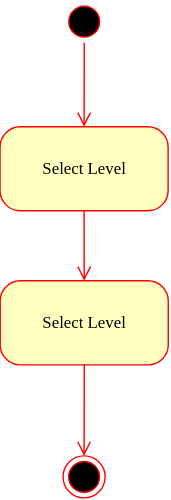
The draw.io diagram UseCases/Select_Level/ActivityDiagram.svg in SPYBOT-SE/Spybot-Doc, before a commit. Source tidied: cells renumbered, new cells last; positions are measured from the earlier drawing's top-left corner, leaving out a move shared by most shapes.
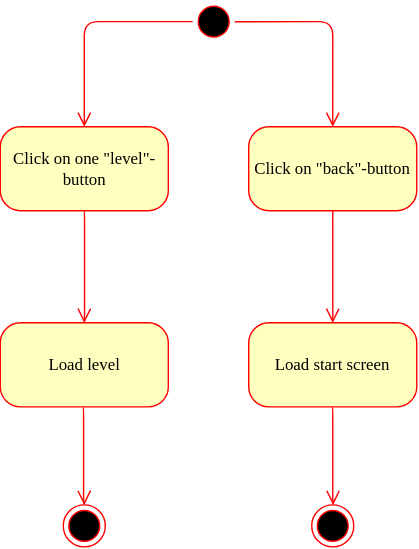
After the commit.

The edit, as a diff of the source:
```diff
@@ -3,25 +3,48 @@
     <mxCell id="0" />
     <mxCell id="1" parent="0" />
     <mxCell id="2" style="ellipse;html=1;shape=startState;fillColor=#000000;strokeColor=#ff0000;rounded=1;shadow=0;comic=0;labelBackgroundColor=none;fontFamily=Verdana;fontSize=12;fontColor=#000000;align=center;direction=south;" parent="1" vertex="1">
-      <mxGeometry x="44.6" width="30" height="30" as="geometry" />
+      <mxGeometry x="92" y="10" width="30" height="30" as="geometry" />
     </mxCell>
-    <mxCell id="3" value="Select Level" style="rounded=1;whiteSpace=wrap;html=1;arcSize=24;fillColor=#ffffc0;strokeColor=#ff0000;shadow=0;comic=0;labelBackgroundColor=none;fontFamily=Verdana;fontSize=12;fontColor=#000000;align=center;" parent="1" vertex="1">
-      <mxGeometry x="-0.5" y="90" width="120" height="60" as="geometry" />
+    <mxCell id="3" value="Click on one &quot;level&quot;-button" style="rounded=1;whiteSpace=wrap;html=1;arcSize=24;fillColor=#ffffc0;strokeColor=#ff0000;shadow=0;comic=0;labelBackgroundColor=none;fontFamily=Verdana;fontSize=12;fontColor=#000000;align=center;" parent="1" vertex="1">
+      <mxGeometry x="-45.4" y="100" width="120" height="60" as="geometry" />
     </mxCell>
+    <mxCell id="9" style="edgeStyle=elbowEdgeStyle;html=1;labelBackgroundColor=none;endArrow=open;endSize=8;strokeColor=#ff0000;fontFamily=Verdana;fontSize=12;align=left;entryX=0.5;entryY=0;entryDx=0;entryDy=0;exitX=0.5;exitY=1;exitDx=0;exitDy=0;" parent="1" edge="1" source="3" target="10">
+      <mxGeometry relative="1" as="geometry" />
+    </mxCell>
     <mxCell id="4" style="edgeStyle=orthogonalEdgeStyle;html=1;labelBackgroundColor=none;endArrow=open;endSize=8;strokeColor=#ff0000;fontFamily=Verdana;fontSize=12;align=left;entryX=0.5;entryY=0;entryDx=0;entryDy=0;" parent="1" edge="1" source="2" target="3">
       <mxGeometry relative="1" as="geometry" />
     </mxCell>
     <mxCell id="5" style="ellipse;html=1;shape=endState;fillColor=#000000;strokeColor=#ff0000;" parent="1" vertex="1">
-      <mxGeometry x="44.5" y="325" width="30" height="30" as="geometry" />
+      <mxGeometry x="-0.4" y="370" width="30" height="30" as="geometry" />
     </mxCell>
-    <mxCell id="6" value="Select Level" style="rounded=1;whiteSpace=wrap;html=1;arcSize=24;fillColor=#ffffc0;strokeColor=#ff0000;shadow=0;comic=0;labelBackgroundColor=none;fontFamily=Verdana;fontSize=12;fontColor=#000000;align=center;" parent="1" vertex="1">
-      <mxGeometry x="-0.4" y="200" width="120" height="60" as="geometry" />
-    </mxCell>
-    <mxCell id="7" style="edgeStyle=orthogonalEdgeStyle;html=1;labelBackgroundColor=none;endArrow=open;endSize=8;strokeColor=#ff0000;fontFamily=Verdana;fontSize=12;align=left;exitX=0.5;exitY=1;exitDx=0;exitDy=0;entryX=0.5;entryY=0;entryDx=0;entryDy=0;" parent="1" edge="1" source="3" target="6">
-      <mxGeometry relative="1" as="geometry" />
-    </mxCell>
-    <mxCell id="8" style="edgeStyle=orthogonalEdgeStyle;html=1;labelBackgroundColor=none;endArrow=open;endSize=8;strokeColor=#ff0000;fontFamily=Verdana;fontSize=12;align=left;entryX=0.5;entryY=0;entryDx=0;entryDy=0;exitX=0.5;exitY=1;exitDx=0;exitDy=0;" parent="1" edge="1" source="6" target="5">
-      <mxGeometry relative="1" as="geometry" />
-    </mxCell>
+    <mxCell id="10" value="Load level" style="rounded=1;whiteSpace=wrap;html=1;arcSize=24;fillColor=#ffffc0;strokeColor=#ff0000;shadow=0;comic=0;labelBackgroundColor=none;fontFamily=Verdana;fontSize=12;fontColor=#000000;align=center;" parent="1" vertex="1">
+      <mxGeometry x="-45.4" y="240" width="120" height="60" as="geometry" />
+    </mxCell>
+    <mxCell id="11" value="Load start screen" style="rounded=1;whiteSpace=wrap;html=1;arcSize=24;fillColor=#ffffc0;strokeColor=#ff0000;shadow=0;comic=0;labelBackgroundColor=none;fontFamily=Verdana;fontSize=12;fontColor=#000000;align=center;" parent="1" vertex="1">
+      <mxGeometry x="132" y="240" width="120" height="60" as="geometry" />
+    </mxCell>
+    <mxCell id="12" style="ellipse;html=1;shape=endState;fillColor=#000000;strokeColor=#ff0000;" parent="1" vertex="1">
+      <mxGeometry x="177" y="370" width="30" height="30" as="geometry" />
+    </mxCell>
+    <mxCell id="13" value="Click on &quot;back&quot;-button" style="rounded=1;whiteSpace=wrap;html=1;arcSize=24;fillColor=#ffffc0;strokeColor=#ff0000;shadow=0;comic=0;labelBackgroundColor=none;fontFamily=Verdana;fontSize=12;fontColor=#000000;align=center;" parent="1" vertex="1">
+      <mxGeometry x="132" y="100" width="120" height="60" as="geometry" />
+    </mxCell>
+    <mxCell id="14" style="edgeStyle=elbowEdgeStyle;html=1;labelBackgroundColor=none;endArrow=open;endSize=8;strokeColor=#ff0000;fontFamily=Verdana;fontSize=12;align=left;exitX=0.5;exitY=1;exitDx=0;exitDy=0;entryX=0.5;entryY=0;entryDx=0;entryDy=0;" parent="1" edge="1" source="13" target="11">
+      <mxGeometry relative="1" as="geometry" />
+    </mxCell>
+    <mxCell id="15" style="edgeStyle=elbowEdgeStyle;html=1;labelBackgroundColor=none;endArrow=open;endSize=8;strokeColor=#ff0000;fontFamily=Verdana;fontSize=12;align=left;entryX=0.5;entryY=0;entryDx=0;entryDy=0;" parent="1" edge="1" target="5">
+      <mxGeometry relative="1" as="geometry">
+        <mxPoint x="14" y="300" as="sourcePoint" />
+      </mxGeometry>
+    </mxCell>
+    <mxCell id="16" style="edgeStyle=elbowEdgeStyle;html=1;labelBackgroundColor=none;endArrow=open;endSize=8;strokeColor=#ff0000;fontFamily=Verdana;fontSize=12;align=left;entryX=0.5;entryY=0;entryDx=0;entryDy=0;" parent="1" edge="1">
+      <mxGeometry relative="1" as="geometry">
+        <mxPoint x="191.7" y="300" as="sourcePoint" />
+        <mxPoint x="192.3" y="370" as="targetPoint" />
+      </mxGeometry>
+    </mxCell>
+    <mxCell id="17" style="edgeStyle=orthogonalEdgeStyle;html=1;labelBackgroundColor=none;endArrow=open;endSize=8;strokeColor=#ff0000;fontFamily=Verdana;fontSize=12;align=left;entryX=0.5;entryY=0;entryDx=0;entryDy=0;exitX=0.5;exitY=0;exitDx=0;exitDy=0;" parent="1" edge="1" source="2" target="13">
+      <mxGeometry relative="1" as="geometry" />
+    </mxCell>
   </root>
 </mxGraphModel>
```
